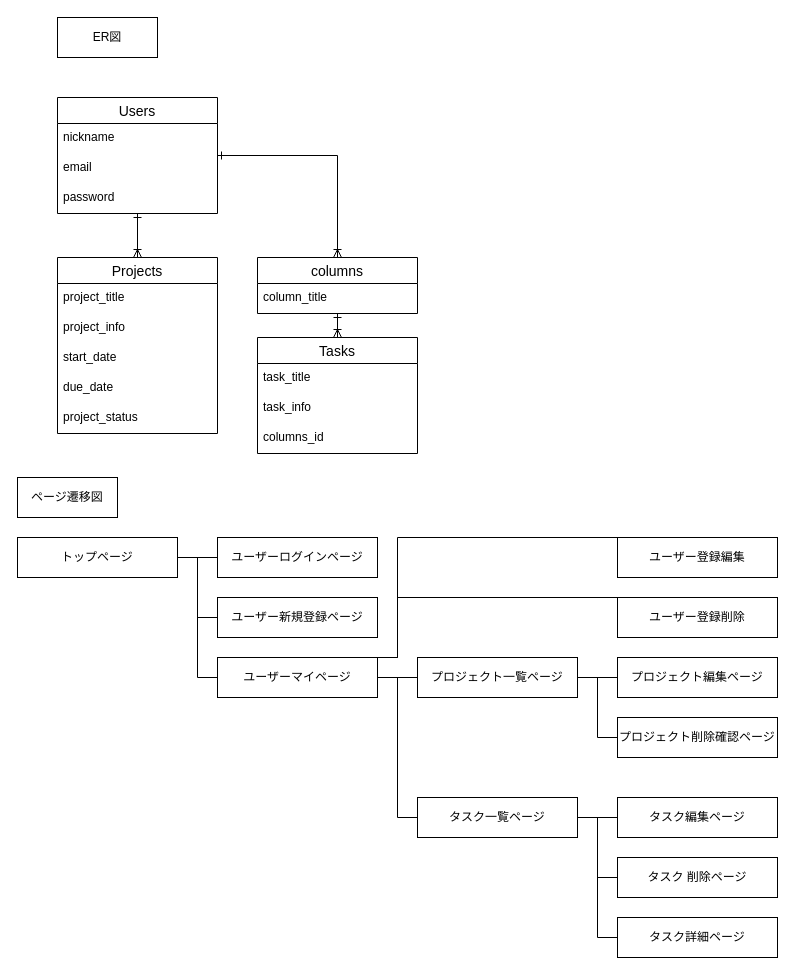
kobayashiasa/gantt-task keeps this draw.io diagram as gantt-task.dio. Above is the earlier version. Source tidied: cells renumbered, new cells numbered last; positions are measured from the earlier drawing's top-left corner, leaving out a move shared by most shapes. Both pictures are drawn from the tidied source at 100%, with x=0, y=0 at pixel (17, 17).
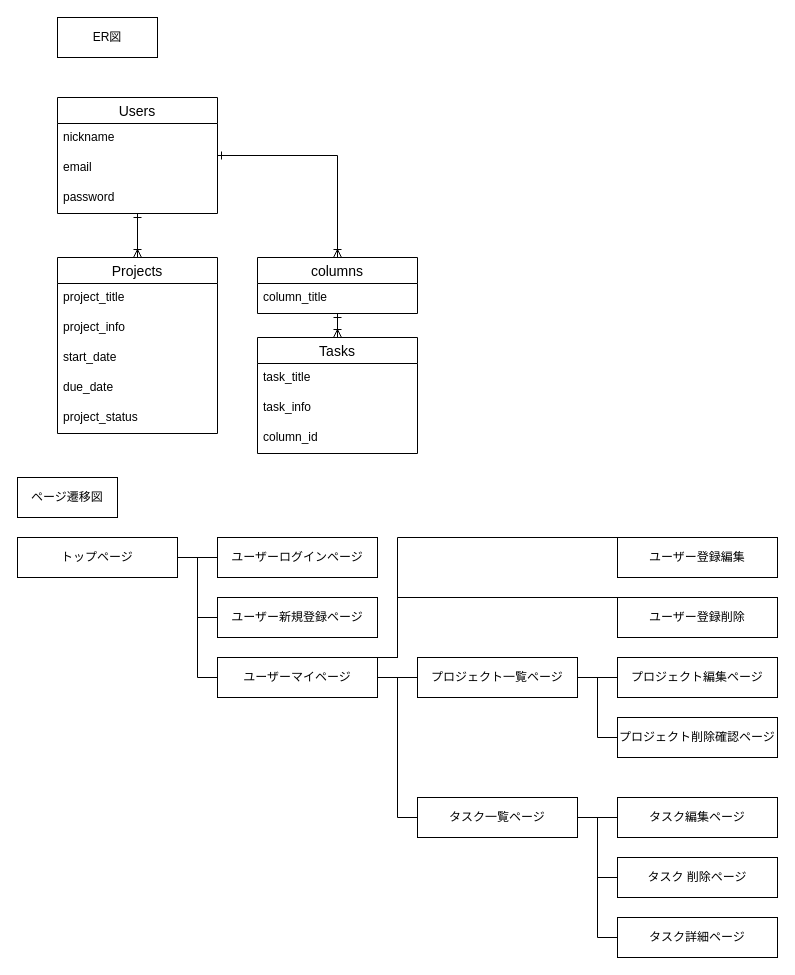
Above is the later version.

The change refers to these unchanged cells:
```xml
<mxCell id="11" value="Tasks" style="swimlane;fontStyle=0;horizontal=1;startSize=26;align=center;fontSize=14;" parent="1" vertex="1">
  <mxGeometry x="240" y="320" width="160" height="116" as="geometry" />
</mxCell>
```

What changed in the source:
```diff
@@
-    <mxCell id="14" value="columns_id" style="text;strokeColor=none;fillColor=none;spacingLeft=4;spacingRight=4;overflow=hidden;fontSize=12;" parent="11" vertex="1">
+    <mxCell id="14" value="column_id" style="text;strokeColor=none;fillColor=none;spacingLeft=4;spacingRight=4;overflow=hidden;fontSize=12;" parent="11" vertex="1">
       <mxGeometry y="86" width="160" height="30" as="geometry" />
     </mxCell>
```
